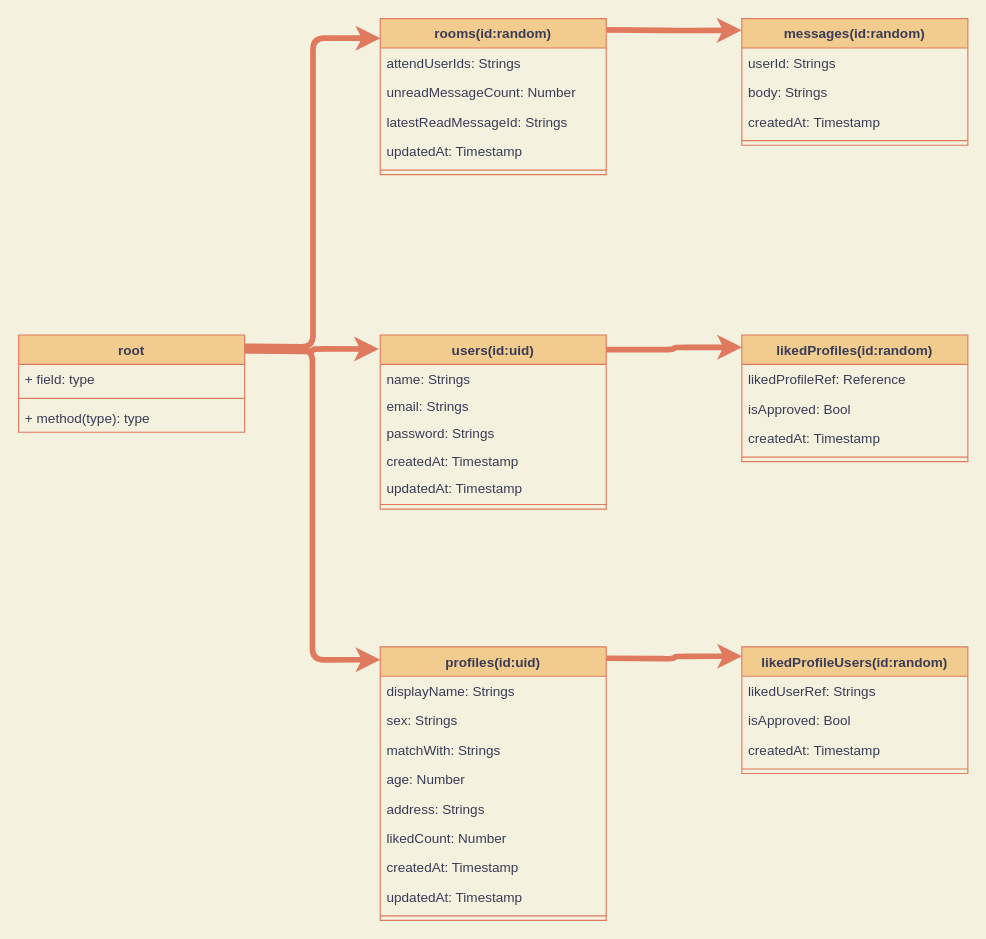
Above: store/firestore.drawio in KoheiB/my-matching-app (draw.io), before the change. Source tidied: cells renumbered, new cells numbered last; positions are measured from the earlier drawing's top-left corner, leaving out a move shared by most shapes. Both pictures are drawn from the tidied source at 113%, with x=0, y=0 at pixel (18, 18).
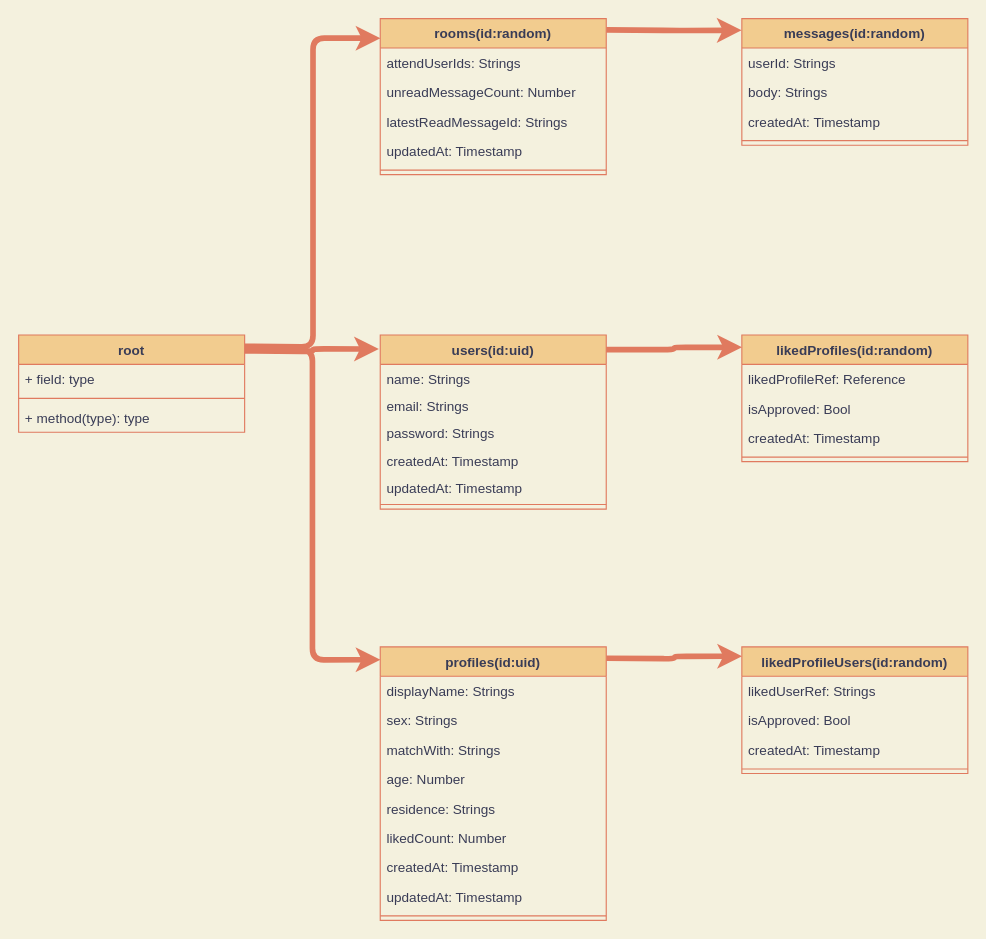
Above is the later version.

Unchanged cells that the change refers to:
```xml
<mxCell id="12" value="profiles(id:uid)" style="swimlane;fontStyle=1;align=center;verticalAlign=top;horizontal=1;startSize=26;fillColor=#F2CC8F;strokeColor=#E07A5F;fontColor=#393C56;" parent="1" vertex="1">
  <mxGeometry x="320" y="556" width="200" height="242" as="geometry" />
</mxCell>
```

The edit, as a diff of the source:
```diff
@@
-    <mxCell id="17" value="address: Strings" style="text;strokeColor=none;fillColor=none;align=left;verticalAlign=top;spacingLeft=4;spacingRight=4;overflow=hidden;fontColor=#393C56;" parent="12" vertex="1">
+    <mxCell id="17" value="residence: Strings" style="text;strokeColor=none;fillColor=none;align=left;verticalAlign=top;spacingLeft=4;spacingRight=4;overflow=hidden;fontColor=#393C56;" parent="12" vertex="1">
       <mxGeometry y="130" width="200" height="26" as="geometry" />
     </mxCell>
```
